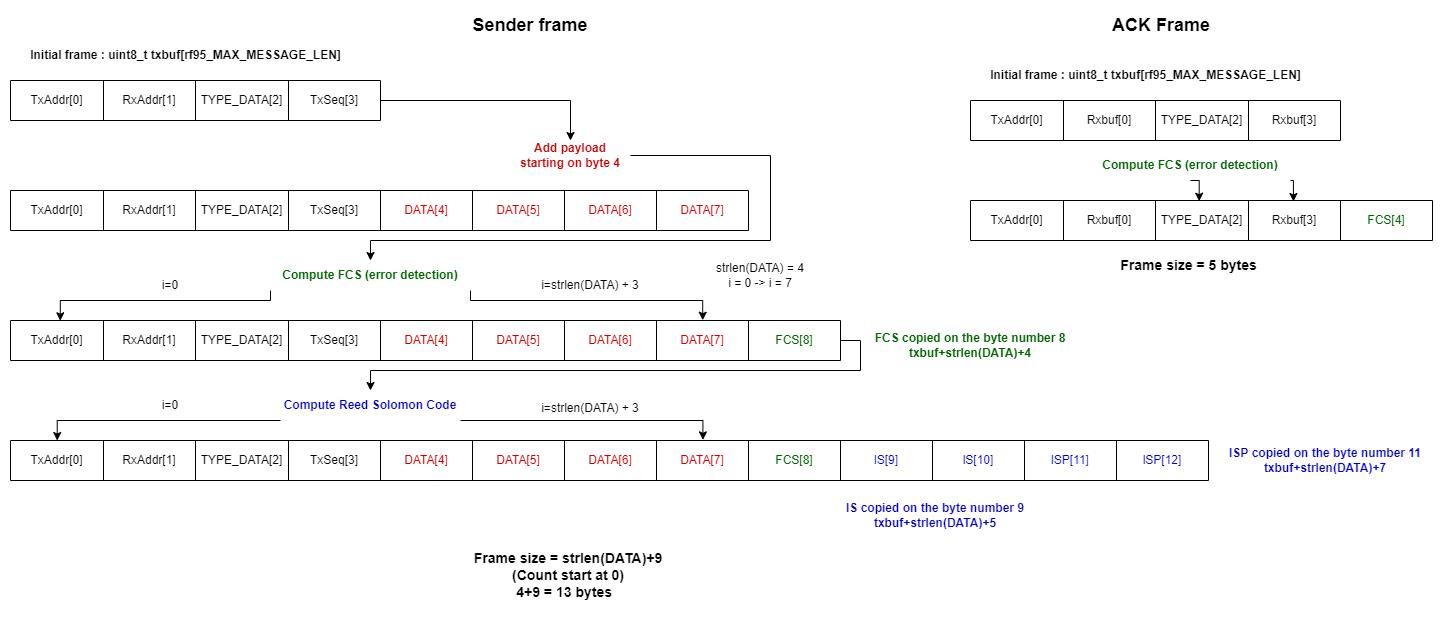
Above: Frame diagram.drawio.png in TheToto318/M5Stack-RF-Transmission (draw.io), before the change. Source tidied: cells renumbered, new cells last; positions are measured from the earlier drawing's top-left corner, leaving out a move shared by most shapes.
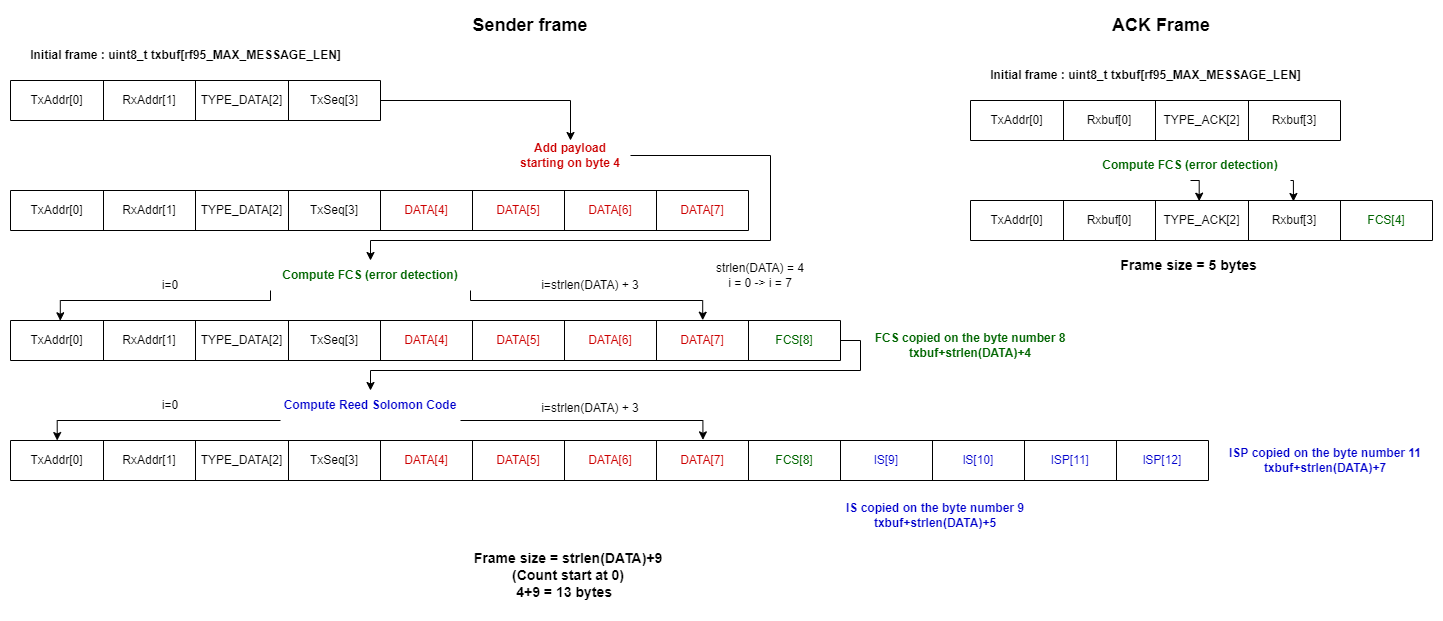
Later version of the same file.

Commit message:
Fix loop on automate scheme

+ TYPE_DATA on frame diagram

What changed in the source:
```diff
@@ -236,7 +236,7 @@
     <mxCell id="69" value="Rxbuf[0]" style="shape=partialRectangle;html=1;whiteSpace=wrap;fillColor=none;top=0;left=0;bottom=0;right=0;overflow=hidden;" parent="67" vertex="1">
       <mxGeometry x="93" width="92" height="40" as="geometry" />
     </mxCell>
-    <mxCell id="70" value="TYPE_DATA[2]" style="shape=partialRectangle;html=1;whiteSpace=wrap;fillColor=none;top=0;left=0;bottom=0;right=0;overflow=hidden;" parent="67" vertex="1">
+    <mxCell id="70" value="TYPE_ACK[2]" style="shape=partialRectangle;html=1;whiteSpace=wrap;fillColor=none;top=0;left=0;bottom=0;right=0;overflow=hidden;" parent="67" vertex="1">
       <mxGeometry x="185" width="93" height="40" as="geometry" />
     </mxCell>
     <mxCell id="71" value="Rxbuf[3]" style="shape=partialRectangle;html=1;whiteSpace=wrap;fillColor=none;top=0;left=0;bottom=0;right=0;overflow=hidden;" parent="67" vertex="1">
@@ -257,7 +257,7 @@
     <mxCell id="76" value="Rxbuf[0]" style="shape=partialRectangle;html=1;whiteSpace=wrap;fillColor=none;top=0;left=0;bottom=0;right=0;overflow=hidden;" parent="74" vertex="1">
       <mxGeometry x="93" width="92" height="40" as="geometry" />
     </mxCell>
-    <mxCell id="77" value="TYPE_DATA[2]" style="shape=partialRectangle;html=1;whiteSpace=wrap;fillColor=none;top=0;left=0;bottom=0;right=0;overflow=hidden;" parent="74" vertex="1">
+    <mxCell id="77" value="TYPE_ACK[2]" style="shape=partialRectangle;html=1;whiteSpace=wrap;fillColor=none;top=0;left=0;bottom=0;right=0;overflow=hidden;" parent="74" vertex="1">
       <mxGeometry x="185" width="93" height="40" as="geometry" />
     </mxCell>
     <mxCell id="78" value="Rxbuf[3]" style="shape=partialRectangle;html=1;whiteSpace=wrap;fillColor=none;top=0;left=0;bottom=0;right=0;overflow=hidden;" parent="74" vertex="1">
```
